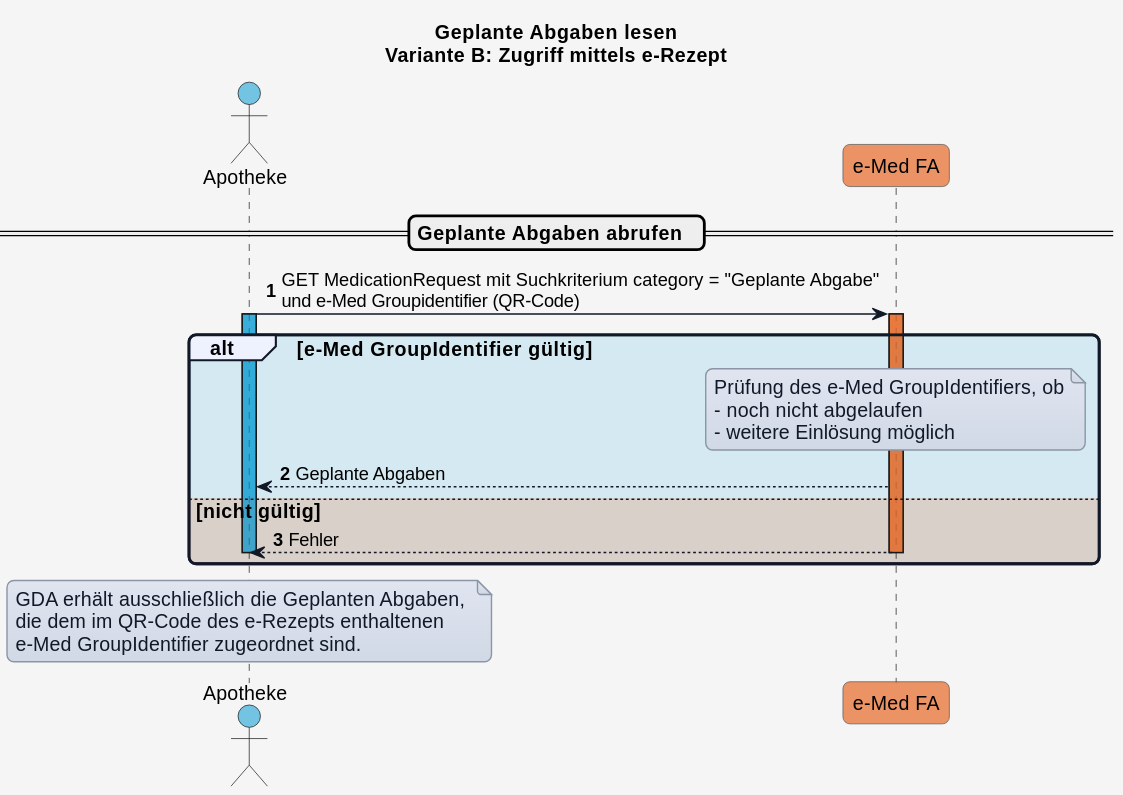
Above: input/images/plantuml/UC_eMed_07_01_b.svg in HL7Austria/ELGA-e-Medikation-R4 (PlantUML), before the change.
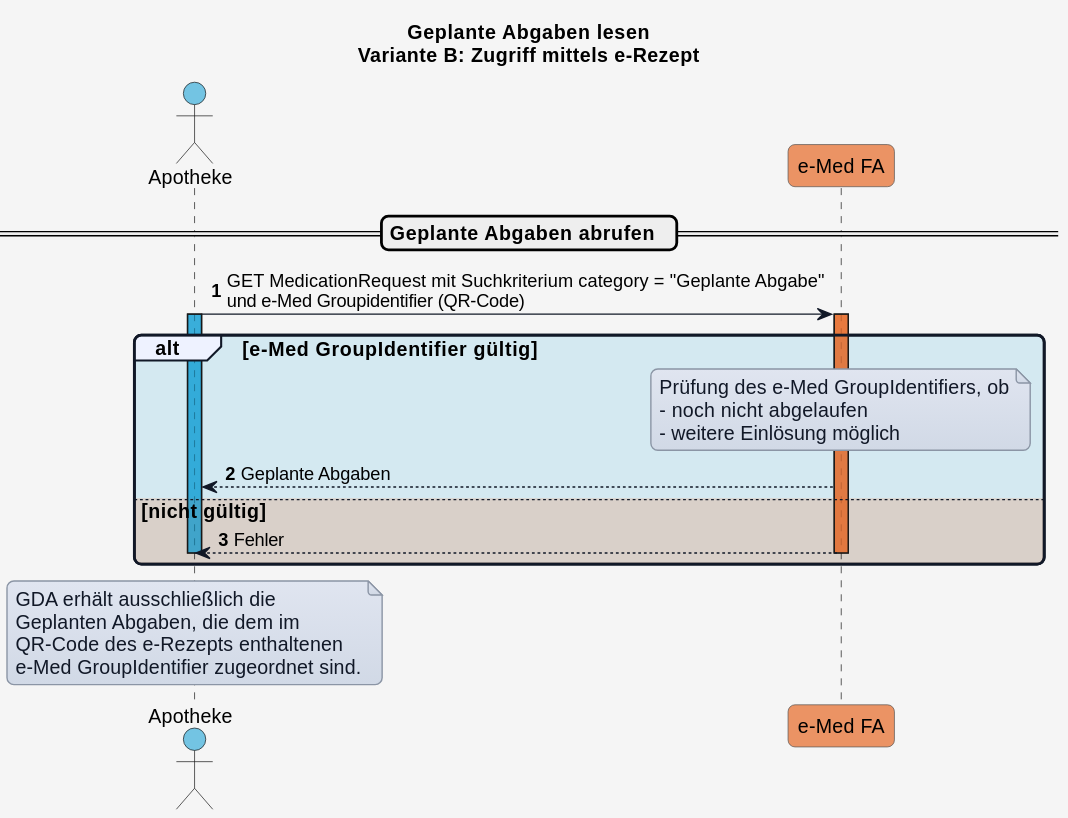
Later version of the same file.

What changed in the source:
```diff
@@ -72,8 +72,9 @@
   deactivate GDA_Apo
 end
 note over GDA_Apo
-GDA erhält ausschließlich die Geplanten Abgaben,
-die dem im QR-Code des e-Rezepts enthaltenen
+GDA erhält ausschließlich die
+Geplanten Abgaben, die dem im
+QR-Code des e-Rezepts enthaltenen
 e-Med GroupIdentifier zugeordnet sind.
 end note
 @enduml
```
